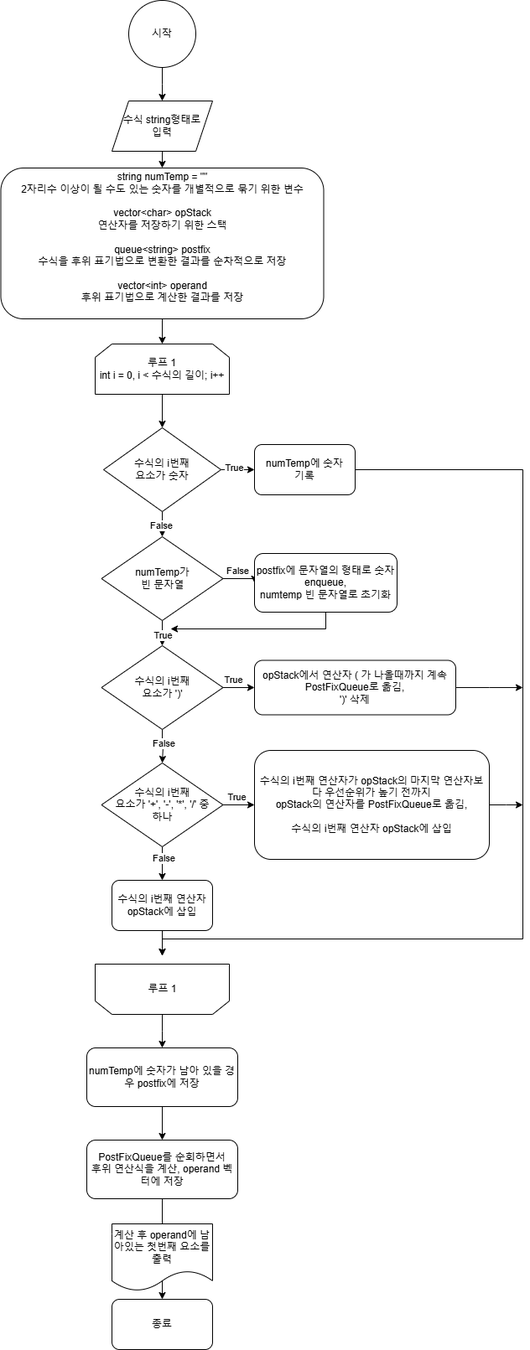
Earlier version of the draw.io export FlowCharts/스택계산기.png (catnip144/InhaGame-2024). Source tidied: cells renumbered, new cells last; positions are measured from the earlier drawing's top-left corner, leaving out a move shared by most shapes. The source it was exported from:
```xml
<mxGraphModel background="#ffffff">
  <root>
    <mxCell id="0" />
    <mxCell id="1" parent="0" />
    <mxCell id="2" style="edgeStyle=orthogonalEdgeStyle;rounded=0;jettySize=auto;html=1;exitX=0.5;exitY=1;exitDx=0;exitDy=0;" parent="1" edge="1" source="3">
      <mxGeometry relative="1" as="geometry">
        <mxPoint x="192" y="120" as="targetPoint" />
      </mxGeometry>
    </mxCell>
    <mxCell id="3" value="시작" style="ellipse;whiteSpace=wrap;html=1;" parent="1" vertex="1">
      <mxGeometry x="152" width="80" height="80" as="geometry" />
    </mxCell>
    <mxCell id="4" style="edgeStyle=orthogonalEdgeStyle;rounded=0;jettySize=auto;html=1;exitX=0.5;exitY=1;exitDx=0;exitDy=0;entryX=0.5;entryY=0;entryDx=0;entryDy=0;" parent="1" edge="1" source="5" target="17">
      <mxGeometry relative="1" as="geometry" />
    </mxCell>
    <mxCell id="5" value="수식 string형태로&lt;div&gt;입력&lt;/div&gt;" style="shape=parallelogram;perimeter=parallelogramPerimeter;whiteSpace=wrap;html=1;fixedSize=1;" parent="1" vertex="1">
      <mxGeometry x="132" y="120" width="120" height="60" as="geometry" />
    </mxCell>
    <mxCell id="6" style="edgeStyle=orthogonalEdgeStyle;rounded=0;jettySize=auto;html=1;exitX=0.5;exitY=1;exitDx=0;exitDy=0;entryX=0.5;entryY=0;entryDx=0;entryDy=0;" parent="1" edge="1" source="7" target="15">
      <mxGeometry relative="1" as="geometry" />
    </mxCell>
    <mxCell id="7" value="루프 1&lt;div&gt;int i = 0, i &amp;lt; 수식의 길이; i++&lt;/div&gt;" style="shape=loopLimit;whiteSpace=wrap;html=1;" parent="1" vertex="1">
      <mxGeometry x="112" y="410" width="160" height="60" as="geometry" />
    </mxCell>
    <mxCell id="8" style="edgeStyle=orthogonalEdgeStyle;rounded=0;jettySize=auto;html=1;exitX=0.5;exitY=0;exitDx=0;exitDy=0;" parent="1" edge="1" source="9">
      <mxGeometry relative="1" as="geometry">
        <mxPoint x="192" y="1250" as="targetPoint" />
      </mxGeometry>
    </mxCell>
    <mxCell id="9" style="shape=loopLimit;whiteSpace=wrap;html=1;rotation=-180;" parent="1" vertex="1">
      <mxGeometry x="112" y="1150" width="160" height="60" as="geometry" />
    </mxCell>
    <mxCell id="10" value="루프 1" style="text;html=1;align=center;verticalAlign=middle;strokeColor=none;fillColor=none;" parent="1" vertex="1">
      <mxGeometry x="162" y="1165" width="60" height="30" as="geometry" />
    </mxCell>
    <mxCell id="11" style="edgeStyle=orthogonalEdgeStyle;rounded=0;jettySize=auto;html=1;exitX=1;exitY=0.5;exitDx=0;exitDy=0;" parent="1" edge="1" source="15">
      <mxGeometry relative="1" as="geometry">
        <mxPoint x="302" y="560" as="targetPoint" />
      </mxGeometry>
    </mxCell>
    <mxCell id="12" value="True" style="edgeLabel;html=1;align=center;verticalAlign=middle;" parent="11" vertex="1">
      <mxGeometry x="-0.26" y="3" relative="1" as="geometry" />
    </mxCell>
    <mxCell id="13" style="edgeStyle=orthogonalEdgeStyle;rounded=0;jettySize=auto;html=1;exitX=0.5;exitY=1;exitDx=0;exitDy=0;" parent="1" edge="1" source="15">
      <mxGeometry relative="1" as="geometry">
        <mxPoint x="192" y="640" as="targetPoint" />
      </mxGeometry>
    </mxCell>
    <mxCell id="14" value="False" style="edgeLabel;html=1;align=center;verticalAlign=middle;" parent="13" vertex="1">
      <mxGeometry x="0.07" y="-2" relative="1" as="geometry" />
    </mxCell>
    <mxCell id="15" value="수식의 i번째&lt;div&gt;요소가 숫자&lt;/div&gt;" style="rhombus;whiteSpace=wrap;html=1;" parent="1" vertex="1">
      <mxGeometry x="122" y="510" width="140" height="100" as="geometry" />
    </mxCell>
    <mxCell id="16" style="edgeStyle=orthogonalEdgeStyle;rounded=0;jettySize=auto;html=1;exitX=0.5;exitY=1;exitDx=0;exitDy=0;entryX=0.5;entryY=0;entryDx=0;entryDy=0;" parent="1" edge="1" source="17" target="7">
      <mxGeometry relative="1" as="geometry" />
    </mxCell>
    <mxCell id="17" value="string numTemp = &quot;&quot;&lt;div&gt;2자리수 이상이 될 수도 있는 숫자를 개별적으로 묶기 위한 변수&lt;/div&gt;&lt;div&gt;&lt;br&gt;&lt;/div&gt;&lt;div&gt;vector&amp;lt;char&amp;gt; opStack&lt;/div&gt;&lt;div&gt;연산자를 저장하기 위한 스택&lt;/div&gt;&lt;div&gt;&lt;br&gt;&lt;/div&gt;&lt;div&gt;queue&amp;lt;string&amp;gt; postfix&lt;/div&gt;&lt;div&gt;수식을 후위 표기법으로 변환한 결과를 순차적으로 저장&lt;/div&gt;&lt;div&gt;&lt;br&gt;&lt;/div&gt;&lt;div&gt;&lt;div&gt;vector&amp;lt;int&amp;gt; operand&lt;/div&gt;&lt;div&gt;후위 표기법으로 계산한 결과를 저장&lt;/div&gt;&lt;/div&gt;&lt;div&gt;&lt;br&gt;&lt;/div&gt;" style="rounded=1;whiteSpace=wrap;html=1;" parent="1" vertex="1">
      <mxGeometry x="-0.5" y="200" width="385" height="180" as="geometry" />
    </mxCell>
    <mxCell id="18" style="edgeStyle=orthogonalEdgeStyle;rounded=0;jettySize=auto;html=1;exitX=1;exitY=0.5;exitDx=0;exitDy=0;" parent="1" edge="1" source="19">
      <mxGeometry relative="1" as="geometry">
        <mxPoint x="192" y="1140" as="targetPoint" />
        <Array as="points">
          <mxPoint x="622" y="560" />
          <mxPoint x="622" y="1120" />
          <mxPoint x="192" y="1120" />
        </Array>
      </mxGeometry>
    </mxCell>
    <mxCell id="19" value="numTemp에 숫자&lt;div&gt;기록&lt;/div&gt;" style="rounded=1;whiteSpace=wrap;html=1;" parent="1" vertex="1">
      <mxGeometry x="302" y="530" width="120" height="60" as="geometry" />
    </mxCell>
    <mxCell id="20" style="edgeStyle=orthogonalEdgeStyle;rounded=0;jettySize=auto;html=1;exitX=1;exitY=0.5;exitDx=0;exitDy=0;entryX=0;entryY=0.5;entryDx=0;entryDy=0;" parent="1" edge="1" source="24" target="26">
      <mxGeometry relative="1" as="geometry" />
    </mxCell>
    <mxCell id="21" value="False" style="edgeLabel;html=1;align=center;verticalAlign=middle;" parent="20" vertex="1">
      <mxGeometry x="-0.23" y="1" relative="1" as="geometry">
        <mxPoint x="1" y="-9" as="offset" />
      </mxGeometry>
    </mxCell>
    <mxCell id="22" style="edgeStyle=orthogonalEdgeStyle;rounded=0;jettySize=auto;html=1;exitX=0.5;exitY=1;exitDx=0;exitDy=0;" parent="1" edge="1" source="24">
      <mxGeometry relative="1" as="geometry">
        <mxPoint x="192" y="770" as="targetPoint" />
      </mxGeometry>
    </mxCell>
    <mxCell id="23" value="True" style="edgeLabel;html=1;align=center;verticalAlign=middle;" parent="22" vertex="1">
      <mxGeometry x="0.13" relative="1" as="geometry" />
    </mxCell>
    <mxCell id="24" value="numTemp가&lt;div&gt;빈 문자열&lt;/div&gt;" style="rhombus;whiteSpace=wrap;html=1;" parent="1" vertex="1">
      <mxGeometry x="119.5" y="640" width="145" height="100" as="geometry" />
    </mxCell>
    <mxCell id="25" style="edgeStyle=orthogonalEdgeStyle;rounded=0;jettySize=auto;html=1;exitX=0.5;exitY=1;exitDx=0;exitDy=0;" parent="1" edge="1" source="26">
      <mxGeometry relative="1" as="geometry">
        <mxPoint x="202" y="750" as="targetPoint" />
        <Array as="points">
          <mxPoint x="387" y="750" />
        </Array>
      </mxGeometry>
    </mxCell>
    <mxCell id="26" value="postfix에 문자열의 형태로 숫자 enqueue,&lt;div&gt;numtemp 빈 문자열로 초기화&lt;/div&gt;" style="rounded=1;whiteSpace=wrap;html=1;" parent="1" vertex="1">
      <mxGeometry x="302" y="660" width="170" height="70" as="geometry" />
    </mxCell>
    <mxCell id="27" style="edgeStyle=orthogonalEdgeStyle;rounded=0;jettySize=auto;html=1;exitX=1;exitY=0.5;exitDx=0;exitDy=0;entryX=0;entryY=0.5;entryDx=0;entryDy=0;" parent="1" edge="1" source="31" target="33">
      <mxGeometry relative="1" as="geometry" />
    </mxCell>
    <mxCell id="28" value="True" style="edgeLabel;html=1;align=center;verticalAlign=middle;" parent="27" vertex="1">
      <mxGeometry x="-0.39" y="2" relative="1" as="geometry">
        <mxPoint x="1" y="-8" as="offset" />
      </mxGeometry>
    </mxCell>
    <mxCell id="29" style="edgeStyle=orthogonalEdgeStyle;rounded=0;jettySize=auto;html=1;exitX=0.5;exitY=1;exitDx=0;exitDy=0;" parent="1" edge="1" source="31">
      <mxGeometry relative="1" as="geometry">
        <mxPoint x="192" y="910" as="targetPoint" />
        <Array as="points">
          <mxPoint x="192" y="890" />
          <mxPoint x="193" y="890" />
        </Array>
      </mxGeometry>
    </mxCell>
    <mxCell id="30" value="False" style="edgeLabel;html=1;align=center;verticalAlign=middle;" parent="29" vertex="1">
      <mxGeometry x="-0.22" y="1" relative="1" as="geometry" />
    </mxCell>
    <mxCell id="31" value="수식의 i번째&lt;div&gt;요소가 ')'&lt;/div&gt;" style="rhombus;whiteSpace=wrap;html=1;" parent="1" vertex="1">
      <mxGeometry x="119.5" y="770" width="145" height="100" as="geometry" />
    </mxCell>
    <mxCell id="32" style="edgeStyle=orthogonalEdgeStyle;rounded=0;jettySize=auto;html=1;exitX=1;exitY=0.5;exitDx=0;exitDy=0;" parent="1" edge="1" source="33">
      <mxGeometry relative="1" as="geometry">
        <mxPoint x="622" y="820" as="targetPoint" />
      </mxGeometry>
    </mxCell>
    <mxCell id="33" value="opStack에서 연산자 ( 가 나올때까지 계속&lt;br&gt;PostFixQueue로 옮김,&lt;div&gt;')' 삭제&lt;/div&gt;" style="rounded=1;whiteSpace=wrap;html=1;" parent="1" vertex="1">
      <mxGeometry x="302" y="787.5" width="240" height="65" as="geometry" />
    </mxCell>
    <mxCell id="34" style="edgeStyle=orthogonalEdgeStyle;rounded=0;jettySize=auto;html=1;exitX=1;exitY=0.5;exitDx=0;exitDy=0;entryX=0;entryY=0.5;entryDx=0;entryDy=0;" parent="1" edge="1" source="38" target="40">
      <mxGeometry relative="1" as="geometry" />
    </mxCell>
    <mxCell id="35" value="True" style="edgeLabel;html=1;align=center;verticalAlign=middle;" parent="34" vertex="1">
      <mxGeometry x="-0.17" y="-5" relative="1" as="geometry">
        <mxPoint y="-15" as="offset" />
      </mxGeometry>
    </mxCell>
    <mxCell id="36" style="edgeStyle=orthogonalEdgeStyle;rounded=0;jettySize=auto;html=1;exitX=0.5;exitY=1;exitDx=0;exitDy=0;entryX=0.5;entryY=0;entryDx=0;entryDy=0;" parent="1" edge="1" source="38" target="42">
      <mxGeometry relative="1" as="geometry" />
    </mxCell>
    <mxCell id="37" value="False" style="edgeLabel;html=1;align=center;verticalAlign=middle;" parent="36" vertex="1">
      <mxGeometry x="-0.33" y="1" relative="1" as="geometry" />
    </mxCell>
    <mxCell id="38" value="수식의 i번째&lt;div&gt;요소가 '+', '-', '*', '/' 중&lt;/div&gt;&lt;div&gt;하나&lt;/div&gt;" style="rhombus;whiteSpace=wrap;html=1;" parent="1" vertex="1">
      <mxGeometry x="119.5" y="910" width="145" height="100" as="geometry" />
    </mxCell>
    <mxCell id="39" style="edgeStyle=orthogonalEdgeStyle;rounded=0;jettySize=auto;html=1;exitX=1;exitY=0.5;exitDx=0;exitDy=0;" parent="1" edge="1" source="40">
      <mxGeometry relative="1" as="geometry">
        <mxPoint x="622" y="960" as="targetPoint" />
      </mxGeometry>
    </mxCell>
    <mxCell id="40" value="수식의 i번째 연산자가 opStack의 마지막 연산자보다 우선순위가 높기 전까지&lt;div&gt;opStack의 연산자를 PostFixQueue로 옮김,&lt;/div&gt;&lt;div&gt;&lt;br&gt;&lt;/div&gt;&lt;div&gt;수식의 i번째 연산자 opStack에 삽입&lt;/div&gt;" style="rounded=1;whiteSpace=wrap;html=1;" parent="1" vertex="1">
      <mxGeometry x="302" y="895" width="280" height="130" as="geometry" />
    </mxCell>
    <mxCell id="41" style="edgeStyle=orthogonalEdgeStyle;rounded=0;jettySize=auto;html=1;exitX=0.5;exitY=1;exitDx=0;exitDy=0;" parent="1" edge="1" source="42">
      <mxGeometry relative="1" as="geometry">
        <mxPoint x="192" y="1140" as="targetPoint" />
      </mxGeometry>
    </mxCell>
    <mxCell id="42" value="&lt;div&gt;&lt;span style=&quot;background-color: initial;&quot;&gt;수식의 i번째 연산자 opStack에 삽입&lt;/span&gt;&lt;br&gt;&lt;/div&gt;" style="rounded=1;whiteSpace=wrap;html=1;" parent="1" vertex="1">
      <mxGeometry x="132" y="1050" width="120" height="60" as="geometry" />
    </mxCell>
    <mxCell id="43" style="edgeStyle=orthogonalEdgeStyle;rounded=0;jettySize=auto;html=1;exitX=0.5;exitY=1;exitDx=0;exitDy=0;entryX=0.5;entryY=0;entryDx=0;entryDy=0;" parent="1" edge="1" source="44" target="46">
      <mxGeometry relative="1" as="geometry" />
    </mxCell>
    <mxCell id="44" value="numTemp에 숫자가 남아 있을 경우 postfix에 저장" style="rounded=1;whiteSpace=wrap;html=1;" parent="1" vertex="1">
      <mxGeometry x="102" y="1250" width="180" height="70" as="geometry" />
    </mxCell>
    <mxCell id="45" style="edgeStyle=orthogonalEdgeStyle;rounded=0;jettySize=auto;html=1;exitX=0.5;exitY=1;exitDx=0;exitDy=0;" parent="1" edge="1" source="46">
      <mxGeometry relative="1" as="geometry">
        <mxPoint x="192" y="1550" as="targetPoint" />
      </mxGeometry>
    </mxCell>
    <mxCell id="46" value="PostFixQueue를 순회하면서&lt;div&gt;후위 연산식을 계산, operand 벡터에 저장&lt;/div&gt;" style="rounded=1;whiteSpace=wrap;html=1;" parent="1" vertex="1">
      <mxGeometry x="102" y="1360" width="180" height="70" as="geometry" />
    </mxCell>
    <mxCell id="47" value="계산 후 operand에 남아있는 첫번째 요소를 출력" style="shape=document;whiteSpace=wrap;html=1;boundedLbl=1;" parent="1" vertex="1">
      <mxGeometry x="132" y="1460" width="120" height="80" as="geometry" />
    </mxCell>
    <mxCell id="48" value="종료" style="rounded=1;whiteSpace=wrap;html=1;" parent="1" vertex="1">
      <mxGeometry x="132" y="1550" width="120" height="60" as="geometry" />
    </mxCell>
  </root>
</mxGraphModel>
```
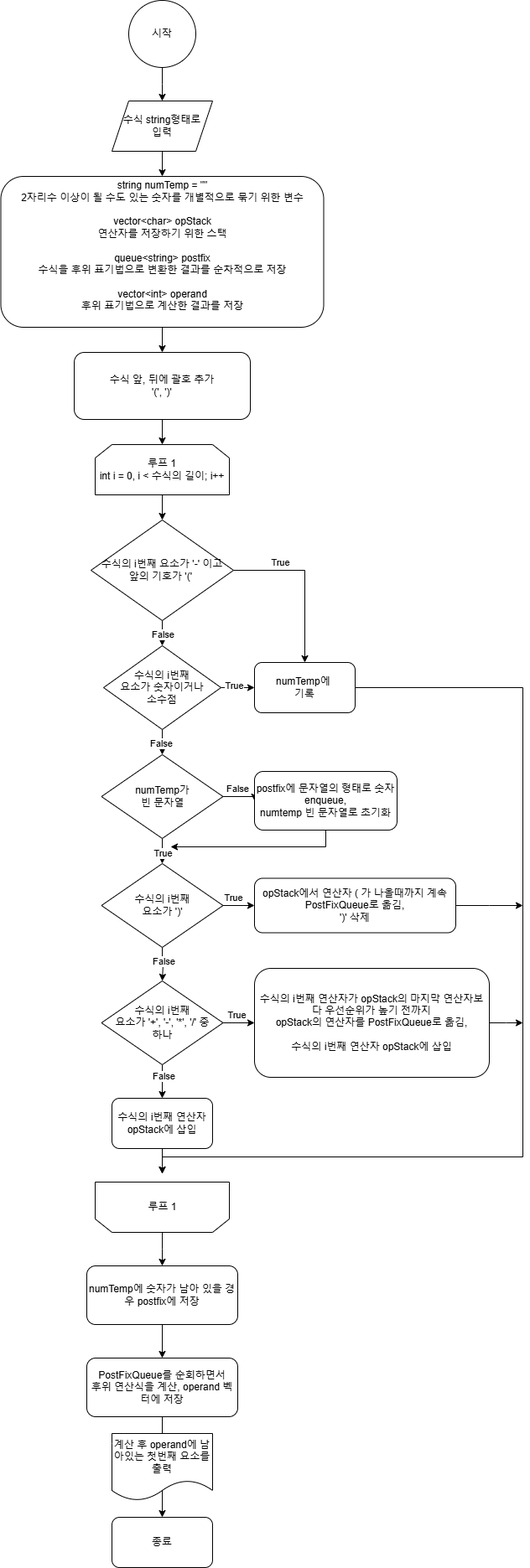
Later version of the same file.

What changed in the source:
```diff
@@ -4,23 +4,23 @@
     <mxCell id="1" parent="0" />
     <mxCell id="2" style="edgeStyle=orthogonalEdgeStyle;rounded=0;jettySize=auto;html=1;exitX=0.5;exitY=1;exitDx=0;exitDy=0;" parent="1" edge="1" source="3">
       <mxGeometry relative="1" as="geometry">
-        <mxPoint x="192" y="120" as="targetPoint" />
+        <mxPoint x="192" y="-140" as="targetPoint" />
       </mxGeometry>
     </mxCell>
     <mxCell id="3" value="시작" style="ellipse;whiteSpace=wrap;html=1;" parent="1" vertex="1">
-      <mxGeometry x="152" width="80" height="80" as="geometry" />
+      <mxGeometry x="152" y="-260" width="80" height="80" as="geometry" />
     </mxCell>
     <mxCell id="4" style="edgeStyle=orthogonalEdgeStyle;rounded=0;jettySize=auto;html=1;exitX=0.5;exitY=1;exitDx=0;exitDy=0;entryX=0.5;entryY=0;entryDx=0;entryDy=0;" parent="1" edge="1" source="5" target="17">
       <mxGeometry relative="1" as="geometry" />
     </mxCell>
     <mxCell id="5" value="수식 string형태로&lt;div&gt;입력&lt;/div&gt;" style="shape=parallelogram;perimeter=parallelogramPerimeter;whiteSpace=wrap;html=1;fixedSize=1;" parent="1" vertex="1">
-      <mxGeometry x="132" y="120" width="120" height="60" as="geometry" />
+      <mxGeometry x="132" y="-140" width="120" height="60" as="geometry" />
     </mxCell>
-    <mxCell id="6" style="edgeStyle=orthogonalEdgeStyle;rounded=0;jettySize=auto;html=1;exitX=0.5;exitY=1;exitDx=0;exitDy=0;entryX=0.5;entryY=0;entryDx=0;entryDy=0;" parent="1" edge="1" source="7" target="15">
-      <mxGeometry relative="1" as="geometry" />
-    </mxCell>
+    <mxCell id="49" style="edgeStyle=orthogonalEdgeStyle;rounded=0;jettySize=auto;html=1;exitX=0.5;exitY=1;exitDx=0;exitDy=0;entryX=0.5;entryY=0;entryDx=0;entryDy=0;" parent="1" edge="1" source="7" target="55">
+      <mxGeometry relative="1" as="geometry" />
+    </mxCell>
     <mxCell id="7" value="루프 1&lt;div&gt;int i = 0, i &amp;lt; 수식의 길이; i++&lt;/div&gt;" style="shape=loopLimit;whiteSpace=wrap;html=1;" parent="1" vertex="1">
-      <mxGeometry x="112" y="410" width="160" height="60" as="geometry" />
+      <mxGeometry x="112" y="270" width="160" height="60" as="geometry" />
     </mxCell>
     <mxCell id="8" style="edgeStyle=orthogonalEdgeStyle;rounded=0;jettySize=auto;html=1;exitX=0.5;exitY=0;exitDx=0;exitDy=0;" parent="1" edge="1" source="9">
       <mxGeometry relative="1" as="geometry">
@@ -49,14 +49,14 @@
     <mxCell id="14" value="False" style="edgeLabel;html=1;align=center;verticalAlign=middle;" parent="13" vertex="1">
       <mxGeometry x="0.07" y="-2" relative="1" as="geometry" />
     </mxCell>
-    <mxCell id="15" value="수식의 i번째&lt;div&gt;요소가 숫자&lt;/div&gt;" style="rhombus;whiteSpace=wrap;html=1;" parent="1" vertex="1">
+    <mxCell id="15" value="수식의 i번째&lt;div&gt;요소가 숫자이거나&lt;/div&gt;&lt;div&gt;소수점&lt;/div&gt;" style="rhombus;whiteSpace=wrap;html=1;" parent="1" vertex="1">
       <mxGeometry x="122" y="510" width="140" height="100" as="geometry" />
     </mxCell>
-    <mxCell id="16" style="edgeStyle=orthogonalEdgeStyle;rounded=0;jettySize=auto;html=1;exitX=0.5;exitY=1;exitDx=0;exitDy=0;entryX=0.5;entryY=0;entryDx=0;entryDy=0;" parent="1" edge="1" source="17" target="7">
-      <mxGeometry relative="1" as="geometry" />
-    </mxCell>
+    <mxCell id="50" style="edgeStyle=orthogonalEdgeStyle;rounded=0;jettySize=auto;html=1;exitX=0.5;exitY=1;exitDx=0;exitDy=0;entryX=0.5;entryY=0;entryDx=0;entryDy=0;" parent="1" edge="1" source="17" target="57">
+      <mxGeometry relative="1" as="geometry" />
+    </mxCell>
     <mxCell id="17" value="string numTemp = &quot;&quot;&lt;div&gt;2자리수 이상이 될 수도 있는 숫자를 개별적으로 묶기 위한 변수&lt;/div&gt;&lt;div&gt;&lt;br&gt;&lt;/div&gt;&lt;div&gt;vector&amp;lt;char&amp;gt; opStack&lt;/div&gt;&lt;div&gt;연산자를 저장하기 위한 스택&lt;/div&gt;&lt;div&gt;&lt;br&gt;&lt;/div&gt;&lt;div&gt;queue&amp;lt;string&amp;gt; postfix&lt;/div&gt;&lt;div&gt;수식을 후위 표기법으로 변환한 결과를 순차적으로 저장&lt;/div&gt;&lt;div&gt;&lt;br&gt;&lt;/div&gt;&lt;div&gt;&lt;div&gt;vector&amp;lt;int&amp;gt; operand&lt;/div&gt;&lt;div&gt;후위 표기법으로 계산한 결과를 저장&lt;/div&gt;&lt;/div&gt;&lt;div&gt;&lt;br&gt;&lt;/div&gt;" style="rounded=1;whiteSpace=wrap;html=1;" parent="1" vertex="1">
-      <mxGeometry x="-0.5" y="200" width="385" height="180" as="geometry" />
+      <mxGeometry x="-0.5" y="-50" width="385" height="180" as="geometry" />
     </mxCell>
     <mxCell id="18" style="edgeStyle=orthogonalEdgeStyle;rounded=0;jettySize=auto;html=1;exitX=1;exitY=0.5;exitDx=0;exitDy=0;" parent="1" edge="1" source="19">
       <mxGeometry relative="1" as="geometry">
@@ -68,7 +68,7 @@
         </Array>
       </mxGeometry>
     </mxCell>
-    <mxCell id="19" value="numTemp에 숫자&lt;div&gt;기록&lt;/div&gt;" style="rounded=1;whiteSpace=wrap;html=1;" parent="1" vertex="1">
+    <mxCell id="19" value="numTemp에&amp;nbsp;&lt;div&gt;기록&lt;/div&gt;" style="rounded=1;whiteSpace=wrap;html=1;" parent="1" vertex="1">
       <mxGeometry x="302" y="530" width="120" height="60" as="geometry" />
     </mxCell>
     <mxCell id="20" style="edgeStyle=orthogonalEdgeStyle;rounded=0;jettySize=auto;html=1;exitX=1;exitY=0.5;exitDx=0;exitDy=0;entryX=0;entryY=0.5;entryDx=0;entryDy=0;" parent="1" edge="1" source="24" target="26">
@@ -180,10 +180,33 @@
       <mxGeometry x="102" y="1360" width="180" height="70" as="geometry" />
     </mxCell>
     <mxCell id="47" value="계산 후 operand에 남아있는 첫번째 요소를 출력" style="shape=document;whiteSpace=wrap;html=1;boundedLbl=1;" parent="1" vertex="1">
-      <mxGeometry x="132" y="1460" width="120" height="80" as="geometry" />
+      <mxGeometry x="132" y="1450" width="120" height="80" as="geometry" />
     </mxCell>
     <mxCell id="48" value="종료" style="rounded=1;whiteSpace=wrap;html=1;" parent="1" vertex="1">
       <mxGeometry x="132" y="1550" width="120" height="60" as="geometry" />
     </mxCell>
+    <mxCell id="51" style="edgeStyle=orthogonalEdgeStyle;rounded=0;jettySize=auto;html=1;exitX=0.5;exitY=1;exitDx=0;exitDy=0;entryX=0.5;entryY=0;entryDx=0;entryDy=0;" parent="1" edge="1" source="55" target="15">
+      <mxGeometry relative="1" as="geometry" />
+    </mxCell>
+    <mxCell id="52" value="False" style="edgeLabel;html=1;align=center;verticalAlign=middle;" parent="51" vertex="1">
+      <mxGeometry x="0.05" relative="1" as="geometry" />
+    </mxCell>
+    <mxCell id="53" style="edgeStyle=orthogonalEdgeStyle;rounded=0;jettySize=auto;html=1;exitX=1;exitY=0.5;exitDx=0;exitDy=0;entryX=0.5;entryY=0;entryDx=0;entryDy=0;" parent="1" edge="1" source="55" target="19">
+      <mxGeometry relative="1" as="geometry" />
+    </mxCell>
+    <mxCell id="54" value="True" style="edgeLabel;html=1;align=center;verticalAlign=middle;" parent="53" vertex="1">
+      <mxGeometry x="-0.54" y="-2" relative="1" as="geometry">
+        <mxPoint x="10" y="-12" as="offset" />
+      </mxGeometry>
+    </mxCell>
+    <mxCell id="55" value="수식의 i번째 요소가 '-' 이고&lt;div&gt;앞의 기호가 '('&amp;nbsp;&lt;/div&gt;" style="rhombus;whiteSpace=wrap;html=1;" parent="1" vertex="1">
+      <mxGeometry x="107" y="360" width="170" height="120" as="geometry" />
+    </mxCell>
+    <mxCell id="56" style="edgeStyle=orthogonalEdgeStyle;rounded=0;jettySize=auto;html=1;exitX=0.5;exitY=1;exitDx=0;exitDy=0;entryX=0.5;entryY=0;entryDx=0;entryDy=0;" parent="1" edge="1" source="57" target="7">
+      <mxGeometry relative="1" as="geometry" />
+    </mxCell>
+    <mxCell id="57" value="수식 앞, 뒤에 괄호 추가&lt;div&gt;'(', ')'&lt;/div&gt;" style="rounded=1;whiteSpace=wrap;html=1;" parent="1" vertex="1">
+      <mxGeometry x="87" y="160" width="210" height="80" as="geometry" />
+    </mxCell>
   </root>
 </mxGraphModel>
```
